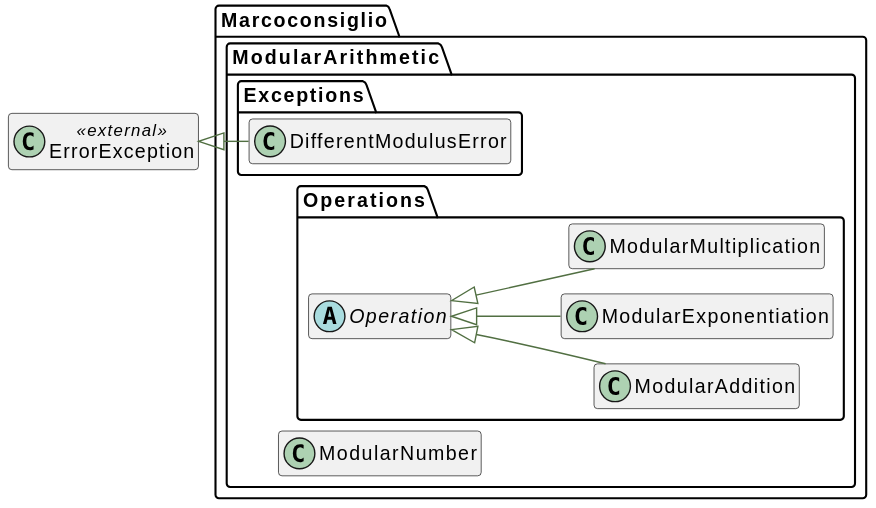
The PlantUML diagram docs/html/graphs/classes.svg in MarcoConsiglio/php-modular-arithmetic, before a commit.
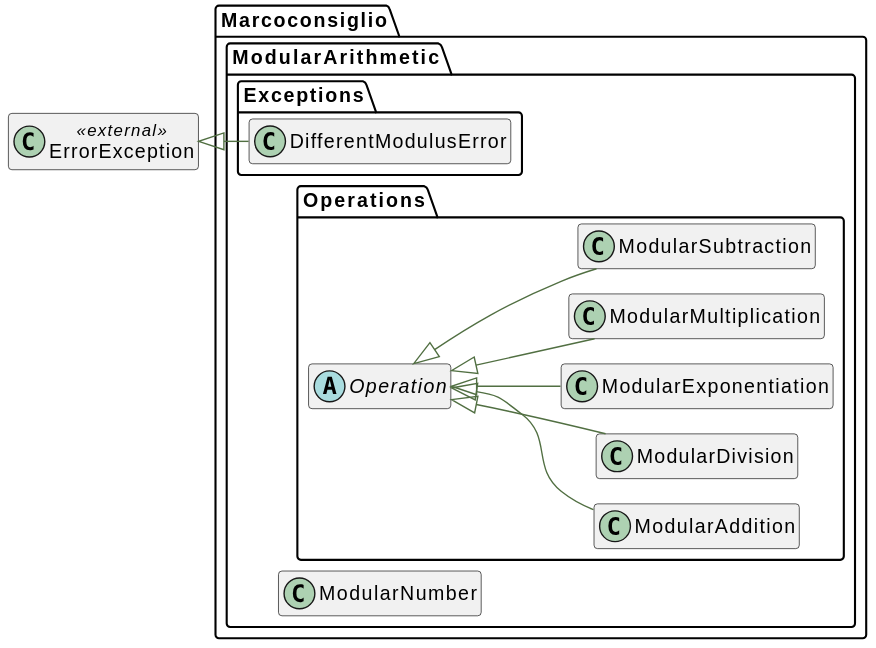
Above is the later version.

What changed in the source:
```diff
@@ -32,6 +32,10 @@
     }
 }
 namespace Marcoconsiglio\\ModularArithmetic\\Operations {
+     class "ModularDivision" as ModularDivision__class   extends \\Marcoconsiglio\\ModularArithmetic\\Operations\\Operation__class  {
+    }
+}
+namespace Marcoconsiglio\\ModularArithmetic\\Operations {
      class "ModularExponentiation" as ModularExponentiation__class   extends \\Marcoconsiglio\\ModularArithmetic\\Operations\\Operation__class  {
     }
 }
@@ -39,4 +43,8 @@
      class "ModularMultiplication" as ModularMultiplication__class   extends \\Marcoconsiglio\\ModularArithmetic\\Operations\\Operation__class  {
     }
 }
+namespace Marcoconsiglio\\ModularArithmetic\\Operations {
+     class "ModularSubtraction" as ModularSubtraction__class   extends \\Marcoconsiglio\\ModularArithmetic\\Operations\\Operation__class  {
+    }
+}
 @enduml
```
